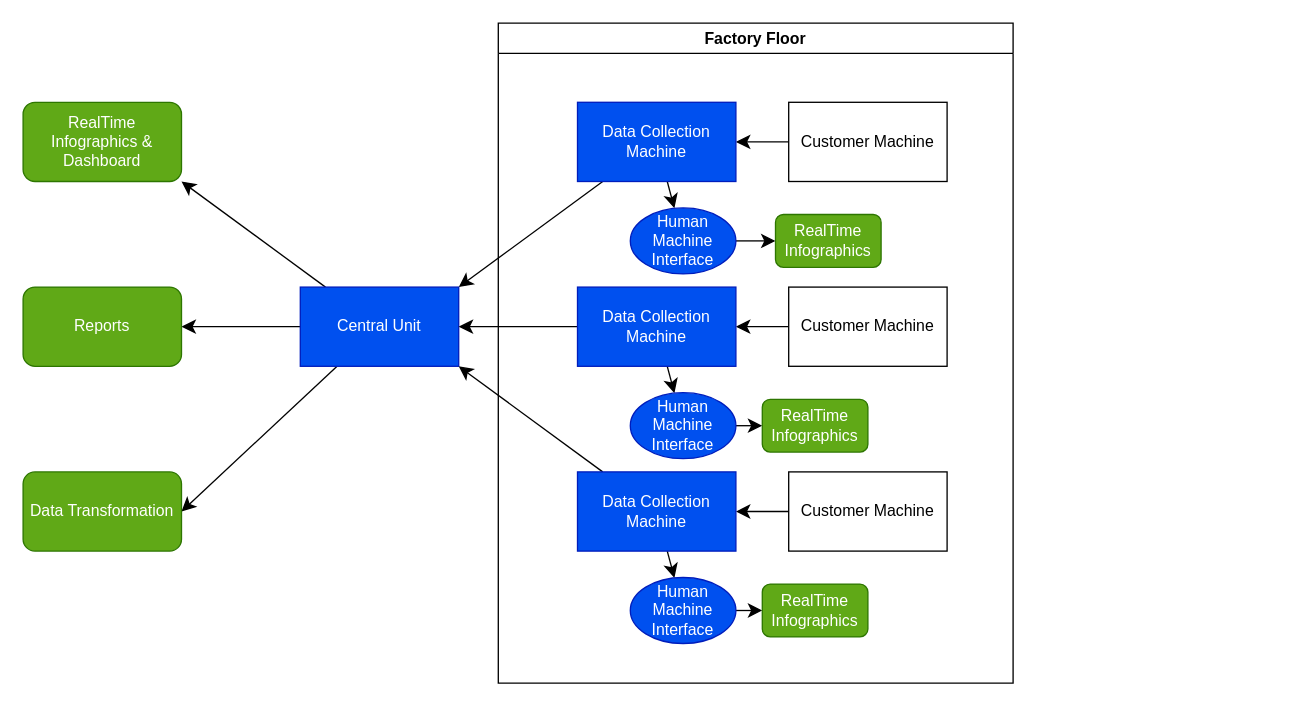
RedAprentice/various-charts keeps this draw.io diagram as GeneralSysconSystemDesign.drawio. Above is the earlier version. Source tidied: cells renumbered, new cells numbered last; positions are measured from the earlier drawing's top-left corner, leaving out a move shared by most shapes. Both pictures are drawn from the tidied source at 132%, with x=0, y=0 at pixel (22, 22).
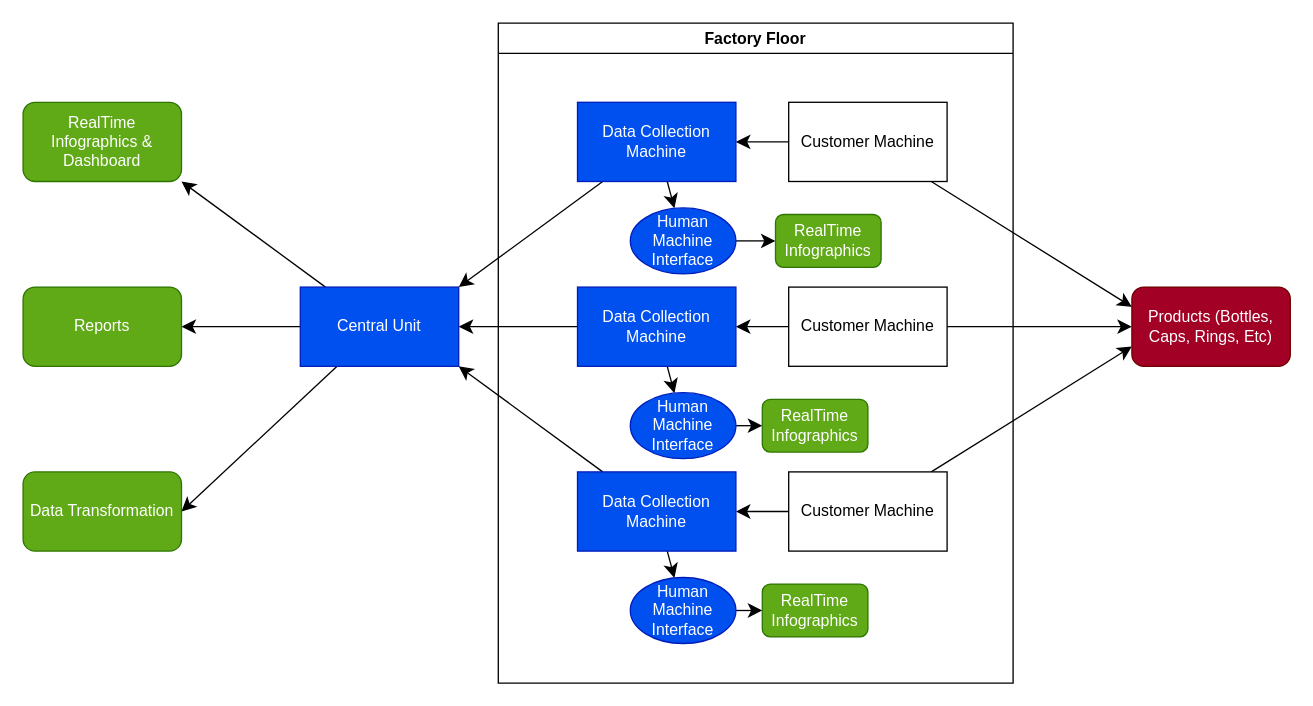
The same diagram, later.

The change refers to these unchanged cells:
```xml
<mxCell id="3" value="Customer Machine" style="rounded=0;whiteSpace=wrap;html=1;" parent="1" vertex="1">
  <mxGeometry x="580" y="60" width="120" height="60" as="geometry" />
</mxCell>
<mxCell id="15" value="Customer Machine" style="rounded=0;whiteSpace=wrap;html=1;" parent="1" vertex="1">
  <mxGeometry x="580" y="200" width="120" height="60" as="geometry" />
</mxCell>
<mxCell id="20" value="Customer Machine" style="rounded=0;whiteSpace=wrap;html=1;" parent="1" vertex="1">
  <mxGeometry x="580" y="340" width="120" height="60" as="geometry" />
</mxCell>
```

The edit, as a diff of the source:
```diff
@@
+    <mxCell id="34" style="edgeStyle=none;curved=1;rounded=0;jettySize=auto;html=1;entryX=0;entryY=0.25;entryDx=0;entryDy=0;fontSize=12;startSize=8;endSize=8;" parent="1" edge="1" source="3" target="37">
+      <mxGeometry relative="1" as="geometry" />
+    </mxCell>
@@
+    <mxCell id="35" style="edgeStyle=none;curved=1;rounded=0;jettySize=auto;html=1;fontSize=12;startSize=8;endSize=8;" parent="1" edge="1" source="15" target="37">
+      <mxGeometry relative="1" as="geometry" />
+    </mxCell>
@@
+    <mxCell id="36" style="edgeStyle=none;curved=1;rounded=0;jettySize=auto;html=1;entryX=0;entryY=0.75;entryDx=0;entryDy=0;fontSize=12;startSize=8;endSize=8;" parent="1" edge="1" source="20" target="37">
+      <mxGeometry relative="1" as="geometry" />
+    </mxCell>
@@
+    <mxCell id="37" value="Products (Bottles, Caps, Rings, Etc)" style="rounded=1;whiteSpace=wrap;html=1;fillColor=#a20025;fontColor=#ffffff;strokeColor=#6F0000;" parent="1" vertex="1">
+      <mxGeometry x="840" y="200" width="120" height="60" as="geometry" />
+    </mxCell>
```
